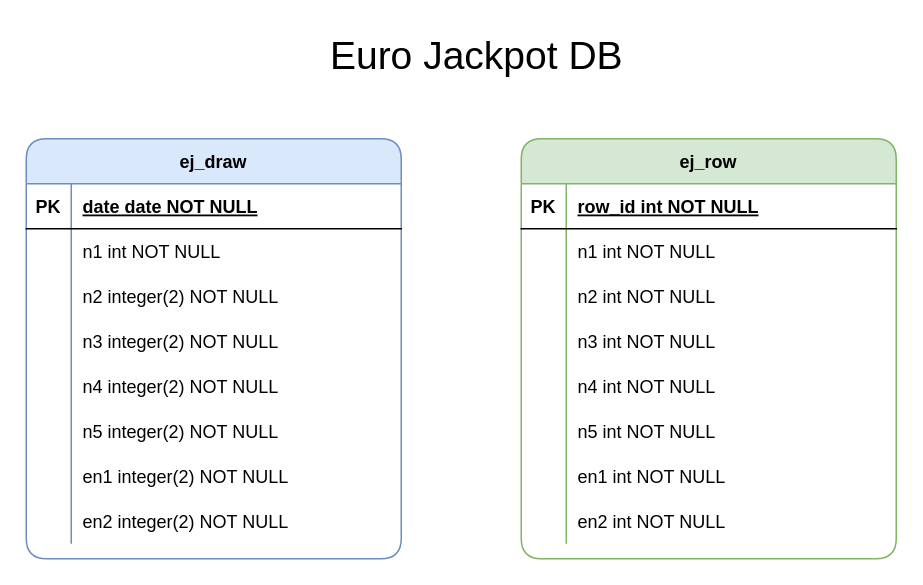
Before: assets/images/documentation/er-diagram.drawio in tonisun/lotto-dbms, a draw.io diagram. Source tidied: cells renumbered, new cells numbered last; positions are measured from the earlier drawing's top-left corner, leaving out a move shared by most shapes. Both pictures are drawn from the tidied source at 150%, with x=0, y=0 at pixel (26, 26).
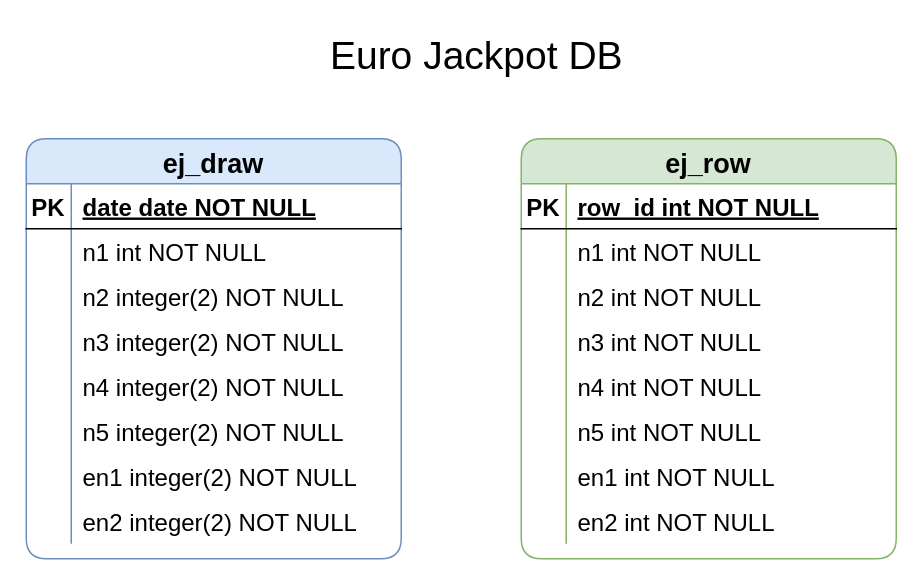
The same page after the edit.

Unchanged cells that the change refers to:
```xml
<mxCell id="3" style="shape=partialRectangle;fillColor=none;top=0;left=0;right=0;bottom=1;" parent="2" vertex="1">
  <mxGeometry y="30" width="250" height="30" as="geometry" />
</mxCell>
<mxCell id="28" style="shape=partialRectangle;fillColor=none;top=0;left=0;right=0;bottom=1;" parent="27" vertex="1">
  <mxGeometry y="30" width="250" height="30" as="geometry" />
</mxCell>
```

Change to the diagram source:
```diff
@@
-    <mxCell id="2" value="ej_row" style="shape=table;startSize=30;childLayout=tableLayout;rowLines=0;fontStyle=1;align=center;fillColor=#d5e8d4;strokeColor=#82b366;rounded=1;" parent="1" vertex="1">
+    <mxCell id="2" value="ej_row" style="shape=table;startSize=30;childLayout=tableLayout;rowLines=0;fontStyle=1;align=center;fillColor=#d5e8d4;strokeColor=#82b366;rounded=1;fontSize=18;" parent="1" vertex="1">
       <mxGeometry x="330" y="75" width="250" height="280" as="geometry" />
     </mxCell>
@@
-    <mxCell id="4" value="PK" style="shape=partialRectangle;overflow=hidden;fillColor=none;top=0;left=0;bottom=0;right=0;fontStyle=1;" parent="3" vertex="1">
+    <mxCell id="4" value="PK" style="shape=partialRectangle;overflow=hidden;fillColor=none;top=0;left=0;bottom=0;right=0;fontStyle=1;fontSize=16;" parent="3" vertex="1">
       <mxGeometry width="30" height="30" as="geometry" />
     </mxCell>
-    <mxCell id="5" value="row_id int NOT NULL " style="shape=partialRectangle;overflow=hidden;fillColor=none;top=0;left=0;bottom=0;right=0;align=left;spacingLeft=6;fontStyle=5;" parent="3" vertex="1">
+    <mxCell id="5" value="row_id int NOT NULL " style="shape=partialRectangle;overflow=hidden;fillColor=none;top=0;left=0;bottom=0;right=0;align=left;spacingLeft=6;fontStyle=5;fontSize=16;" parent="3" vertex="1">
       <mxGeometry x="30" width="220" height="30" as="geometry" />
     </mxCell>
-    <mxCell id="6" style="shape=partialRectangle;fillColor=none;top=0;left=0;right=0;bottom=0;" parent="2" vertex="1">
+    <mxCell id="6" style="shape=partialRectangle;fillColor=none;top=0;left=0;right=0;bottom=0;fontSize=16;" parent="2" vertex="1">
       <mxGeometry y="60" width="250" height="30" as="geometry" />
     </mxCell>
-    <mxCell id="7" style="shape=partialRectangle;overflow=hidden;fillColor=none;top=0;left=0;bottom=0;right=0;" parent="6" vertex="1">
+    <mxCell id="7" style="shape=partialRectangle;overflow=hidden;fillColor=none;top=0;left=0;bottom=0;right=0;fontSize=16;" parent="6" vertex="1">
       <mxGeometry width="30" height="30" as="geometry" />
     </mxCell>
-    <mxCell id="8" value="n1 int NOT NULL" style="shape=partialRectangle;overflow=hidden;fillColor=none;top=0;left=0;bottom=0;right=0;align=left;spacingLeft=6;" parent="6" vertex="1">
+    <mxCell id="8" value="n1 int NOT NULL" style="shape=partialRectangle;overflow=hidden;fillColor=none;top=0;left=0;bottom=0;right=0;align=left;spacingLeft=6;fontSize=16;" parent="6" vertex="1">
       <mxGeometry x="30" width="220" height="30" as="geometry" />
     </mxCell>
-    <mxCell id="9" style="shape=partialRectangle;fillColor=none;top=0;left=0;right=0;bottom=0;" parent="2" vertex="1">
+    <mxCell id="9" style="shape=partialRectangle;fillColor=none;top=0;left=0;right=0;bottom=0;fontSize=16;" parent="2" vertex="1">
       <mxGeometry y="90" width="250" height="30" as="geometry" />
     </mxCell>
-    <mxCell id="10" style="shape=partialRectangle;overflow=hidden;fillColor=none;top=0;left=0;bottom=0;right=0;" parent="9" vertex="1">
+    <mxCell id="10" style="shape=partialRectangle;overflow=hidden;fillColor=none;top=0;left=0;bottom=0;right=0;fontSize=16;" parent="9" vertex="1">
       <mxGeometry width="30" height="30" as="geometry" />
     </mxCell>
-    <mxCell id="11" value="n2 int NOT NULL" style="shape=partialRectangle;overflow=hidden;fillColor=none;top=0;left=0;bottom=0;right=0;align=left;spacingLeft=6;" parent="9" vertex="1">
+    <mxCell id="11" value="n2 int NOT NULL" style="shape=partialRectangle;overflow=hidden;fillColor=none;top=0;left=0;bottom=0;right=0;align=left;spacingLeft=6;fontSize=16;" parent="9" vertex="1">
       <mxGeometry x="30" width="220" height="30" as="geometry" />
     </mxCell>
-    <mxCell id="12" style="shape=partialRectangle;fillColor=none;top=0;left=0;right=0;bottom=0;" parent="2" vertex="1">
+    <mxCell id="12" style="shape=partialRectangle;fillColor=none;top=0;left=0;right=0;bottom=0;fontSize=16;" parent="2" vertex="1">
       <mxGeometry y="120" width="250" height="30" as="geometry" />
     </mxCell>
-    <mxCell id="13" style="shape=partialRectangle;overflow=hidden;fillColor=none;top=0;left=0;bottom=0;right=0;" parent="12" vertex="1">
+    <mxCell id="13" style="shape=partialRectangle;overflow=hidden;fillColor=none;top=0;left=0;bottom=0;right=0;fontSize=16;" parent="12" vertex="1">
       <mxGeometry width="30" height="30" as="geometry" />
     </mxCell>
-    <mxCell id="14" value="n3 int NOT NULL" style="shape=partialRectangle;overflow=hidden;fillColor=none;top=0;left=0;bottom=0;right=0;align=left;spacingLeft=6;" parent="12" vertex="1">
+    <mxCell id="14" value="n3 int NOT NULL" style="shape=partialRectangle;overflow=hidden;fillColor=none;top=0;left=0;bottom=0;right=0;align=left;spacingLeft=6;fontSize=16;" parent="12" vertex="1">
       <mxGeometry x="30" width="220" height="30" as="geometry" />
     </mxCell>
-    <mxCell id="15" style="shape=partialRectangle;fillColor=none;top=0;left=0;right=0;bottom=0;" parent="2" vertex="1">
+    <mxCell id="15" style="shape=partialRectangle;fillColor=none;top=0;left=0;right=0;bottom=0;fontSize=16;" parent="2" vertex="1">
       <mxGeometry y="150" width="250" height="30" as="geometry" />
     </mxCell>
-    <mxCell id="16" style="shape=partialRectangle;overflow=hidden;fillColor=none;top=0;left=0;bottom=0;right=0;" parent="15" vertex="1">
+    <mxCell id="16" style="shape=partialRectangle;overflow=hidden;fillColor=none;top=0;left=0;bottom=0;right=0;fontSize=16;" parent="15" vertex="1">
       <mxGeometry width="30" height="30" as="geometry" />
     </mxCell>
-    <mxCell id="17" value="n4 int NOT NULL" style="shape=partialRectangle;overflow=hidden;fillColor=none;top=0;left=0;bottom=0;right=0;align=left;spacingLeft=6;" parent="15" vertex="1">
+    <mxCell id="17" value="n4 int NOT NULL" style="shape=partialRectangle;overflow=hidden;fillColor=none;top=0;left=0;bottom=0;right=0;align=left;spacingLeft=6;fontSize=16;" parent="15" vertex="1">
       <mxGeometry x="30" width="220" height="30" as="geometry" />
     </mxCell>
-    <mxCell id="18" style="shape=partialRectangle;fillColor=none;top=0;left=0;right=0;bottom=0;" parent="2" vertex="1">
+    <mxCell id="18" style="shape=partialRectangle;fillColor=none;top=0;left=0;right=0;bottom=0;fontSize=16;" parent="2" vertex="1">
       <mxGeometry y="180" width="250" height="30" as="geometry" />
     </mxCell>
-    <mxCell id="19" style="shape=partialRectangle;overflow=hidden;fillColor=none;top=0;left=0;bottom=0;right=0;" parent="18" vertex="1">
+    <mxCell id="19" style="shape=partialRectangle;overflow=hidden;fillColor=none;top=0;left=0;bottom=0;right=0;fontSize=16;" parent="18" vertex="1">
       <mxGeometry width="30" height="30" as="geometry" />
     </mxCell>
-    <mxCell id="20" value="n5 int NOT NULL" style="shape=partialRectangle;overflow=hidden;fillColor=none;top=0;left=0;bottom=0;right=0;align=left;spacingLeft=6;" parent="18" vertex="1">
+    <mxCell id="20" value="n5 int NOT NULL" style="shape=partialRectangle;overflow=hidden;fillColor=none;top=0;left=0;bottom=0;right=0;align=left;spacingLeft=6;fontSize=16;" parent="18" vertex="1">
       <mxGeometry x="30" width="220" height="30" as="geometry" />
     </mxCell>
-    <mxCell id="21" style="shape=partialRectangle;fillColor=none;top=0;left=0;right=0;bottom=0;" parent="2" vertex="1">
+    <mxCell id="21" style="shape=partialRectangle;fillColor=none;top=0;left=0;right=0;bottom=0;fontSize=16;" parent="2" vertex="1">
       <mxGeometry y="210" width="250" height="30" as="geometry" />
     </mxCell>
-    <mxCell id="22" style="shape=partialRectangle;overflow=hidden;fillColor=none;top=0;left=0;bottom=0;right=0;" parent="21" vertex="1">
+    <mxCell id="22" style="shape=partialRectangle;overflow=hidden;fillColor=none;top=0;left=0;bottom=0;right=0;fontSize=16;" parent="21" vertex="1">
       <mxGeometry width="30" height="30" as="geometry" />
     </mxCell>
-    <mxCell id="23" value="en1 int NOT NULL" style="shape=partialRectangle;overflow=hidden;fillColor=none;top=0;left=0;bottom=0;right=0;align=left;spacingLeft=6;" parent="21" vertex="1">
+    <mxCell id="23" value="en1 int NOT NULL" style="shape=partialRectangle;overflow=hidden;fillColor=none;top=0;left=0;bottom=0;right=0;align=left;spacingLeft=6;fontSize=16;" parent="21" vertex="1">
       <mxGeometry x="30" width="220" height="30" as="geometry" />
     </mxCell>
-    <mxCell id="24" style="shape=partialRectangle;fillColor=none;top=0;left=0;right=0;bottom=0;" parent="2" vertex="1">
+    <mxCell id="24" style="shape=partialRectangle;fillColor=none;top=0;left=0;right=0;bottom=0;fontSize=16;" parent="2" vertex="1">
       <mxGeometry y="240" width="250" height="30" as="geometry" />
     </mxCell>
-    <mxCell id="25" style="shape=partialRectangle;overflow=hidden;fillColor=none;top=0;left=0;bottom=0;right=0;" parent="24" vertex="1">
+    <mxCell id="25" style="shape=partialRectangle;overflow=hidden;fillColor=none;top=0;left=0;bottom=0;right=0;fontSize=16;" parent="24" vertex="1">
       <mxGeometry width="30" height="30" as="geometry" />
     </mxCell>
-    <mxCell id="26" value="en2 int NOT NULL" style="shape=partialRectangle;overflow=hidden;fillColor=none;top=0;left=0;bottom=0;right=0;align=left;spacingLeft=6;" parent="24" vertex="1">
+    <mxCell id="26" value="en2 int NOT NULL" style="shape=partialRectangle;overflow=hidden;fillColor=none;top=0;left=0;bottom=0;right=0;align=left;spacingLeft=6;fontSize=16;" parent="24" vertex="1">
       <mxGeometry x="30" width="220" height="30" as="geometry" />
     </mxCell>
-    <mxCell id="27" value="ej_draw" style="shape=table;startSize=30;childLayout=tableLayout;rowLines=0;fontStyle=1;align=center;fillColor=#dae8fc;strokeColor=#6c8ebf;rounded=1;shadow=0;swimlaneLine=1;" parent="1" vertex="1">
+    <mxCell id="27" value="ej_draw" style="shape=table;startSize=30;childLayout=tableLayout;rowLines=0;fontStyle=1;align=center;fillColor=#dae8fc;strokeColor=#6c8ebf;rounded=1;shadow=0;swimlaneLine=1;fontSize=18;" parent="1" vertex="1">
       <mxGeometry y="75" width="250" height="280" as="geometry" />
     </mxCell>
@@
-    <mxCell id="29" value="PK" style="shape=partialRectangle;overflow=hidden;fillColor=none;top=0;left=0;bottom=0;right=0;fontStyle=1;" parent="28" vertex="1">
+    <mxCell id="29" value="PK" style="shape=partialRectangle;overflow=hidden;fillColor=none;top=0;left=0;bottom=0;right=0;fontStyle=1;fontSize=16;" parent="28" vertex="1">
       <mxGeometry width="30" height="30" as="geometry" />
     </mxCell>
-    <mxCell id="30" value="date date NOT NULL" style="shape=partialRectangle;overflow=hidden;fillColor=none;top=0;left=0;bottom=0;right=0;align=left;spacingLeft=6;fontStyle=5;" parent="28" vertex="1">
+    <mxCell id="30" value="date date NOT NULL" style="shape=partialRectangle;overflow=hidden;fillColor=none;top=0;left=0;bottom=0;right=0;align=left;spacingLeft=6;fontStyle=5;fontSize=16;" parent="28" vertex="1">
       <mxGeometry x="30" width="220" height="30" as="geometry" />
     </mxCell>
-    <mxCell id="31" style="shape=partialRectangle;fillColor=none;top=0;left=0;right=0;bottom=0;" parent="27" vertex="1">
+    <mxCell id="31" style="shape=partialRectangle;fillColor=none;top=0;left=0;right=0;bottom=0;fontSize=16;" parent="27" vertex="1">
       <mxGeometry y="60" width="250" height="30" as="geometry" />
     </mxCell>
-    <mxCell id="32" style="shape=partialRectangle;overflow=hidden;fillColor=none;top=0;left=0;bottom=0;right=0;" parent="31" vertex="1">
+    <mxCell id="32" style="shape=partialRectangle;overflow=hidden;fillColor=none;top=0;left=0;bottom=0;right=0;fontSize=16;" parent="31" vertex="1">
       <mxGeometry width="30" height="30" as="geometry" />
     </mxCell>
-    <mxCell id="33" value="n1 int NOT NULL" style="shape=partialRectangle;overflow=hidden;fillColor=none;top=0;left=0;bottom=0;right=0;align=left;spacingLeft=6;" parent="31" vertex="1">
+    <mxCell id="33" value="n1 int NOT NULL" style="shape=partialRectangle;overflow=hidden;fillColor=none;top=0;left=0;bottom=0;right=0;align=left;spacingLeft=6;fontSize=16;" parent="31" vertex="1">
       <mxGeometry x="30" width="220" height="30" as="geometry" />
     </mxCell>
-    <mxCell id="34" style="shape=partialRectangle;fillColor=none;top=0;left=0;right=0;bottom=0;" parent="27" vertex="1">
+    <mxCell id="34" style="shape=partialRectangle;fillColor=none;top=0;left=0;right=0;bottom=0;fontSize=16;" parent="27" vertex="1">
       <mxGeometry y="90" width="250" height="30" as="geometry" />
     </mxCell>
-    <mxCell id="35" style="shape=partialRectangle;overflow=hidden;fillColor=none;top=0;left=0;bottom=0;right=0;" parent="34" vertex="1">
+    <mxCell id="35" style="shape=partialRectangle;overflow=hidden;fillColor=none;top=0;left=0;bottom=0;right=0;fontSize=16;" parent="34" vertex="1">
       <mxGeometry width="30" height="30" as="geometry" />
     </mxCell>
-    <mxCell id="36" value="n2 integer(2) NOT NULL" style="shape=partialRectangle;overflow=hidden;fillColor=none;top=0;left=0;bottom=0;right=0;align=left;spacingLeft=6;" parent="34" vertex="1">
+    <mxCell id="36" value="n2 integer(2) NOT NULL" style="shape=partialRectangle;overflow=hidden;fillColor=none;top=0;left=0;bottom=0;right=0;align=left;spacingLeft=6;fontSize=16;" parent="34" vertex="1">
       <mxGeometry x="30" width="220" height="30" as="geometry" />
     </mxCell>
-    <mxCell id="37" style="shape=partialRectangle;fillColor=none;top=0;left=0;right=0;bottom=0;" parent="27" vertex="1">
+    <mxCell id="37" style="shape=partialRectangle;fillColor=none;top=0;left=0;right=0;bottom=0;fontSize=16;" parent="27" vertex="1">
       <mxGeometry y="120" width="250" height="30" as="geometry" />
     </mxCell>
-    <mxCell id="38" style="shape=partialRectangle;overflow=hidden;fillColor=none;top=0;left=0;bottom=0;right=0;" parent="37" vertex="1">
+    <mxCell id="38" style="shape=partialRectangle;overflow=hidden;fillColor=none;top=0;left=0;bottom=0;right=0;fontSize=16;" parent="37" vertex="1">
       <mxGeometry width="30" height="30" as="geometry" />
     </mxCell>
-    <mxCell id="39" value="n3 integer(2) NOT NULL" style="shape=partialRectangle;overflow=hidden;fillColor=none;top=0;left=0;bottom=0;right=0;align=left;spacingLeft=6;" parent="37" vertex="1">
+    <mxCell id="39" value="n3 integer(2) NOT NULL" style="shape=partialRectangle;overflow=hidden;fillColor=none;top=0;left=0;bottom=0;right=0;align=left;spacingLeft=6;fontSize=16;" parent="37" vertex="1">
       <mxGeometry x="30" width="220" height="30" as="geometry" />
     </mxCell>
-    <mxCell id="40" style="shape=partialRectangle;fillColor=none;top=0;left=0;right=0;bottom=0;" parent="27" vertex="1">
+    <mxCell id="40" style="shape=partialRectangle;fillColor=none;top=0;left=0;right=0;bottom=0;fontSize=16;" parent="27" vertex="1">
       <mxGeometry y="150" width="250" height="30" as="geometry" />
     </mxCell>
-    <mxCell id="41" style="shape=partialRectangle;overflow=hidden;fillColor=none;top=0;left=0;bottom=0;right=0;" parent="40" vertex="1">
+    <mxCell id="41" style="shape=partialRectangle;overflow=hidden;fillColor=none;top=0;left=0;bottom=0;right=0;fontSize=16;" parent="40" vertex="1">
       <mxGeometry width="30" height="30" as="geometry" />
     </mxCell>
-    <mxCell id="42" value="n4 integer(2) NOT NULL" style="shape=partialRectangle;overflow=hidden;fillColor=none;top=0;left=0;bottom=0;right=0;align=left;spacingLeft=6;" parent="40" vertex="1">
+    <mxCell id="42" value="n4 integer(2) NOT NULL" style="shape=partialRectangle;overflow=hidden;fillColor=none;top=0;left=0;bottom=0;right=0;align=left;spacingLeft=6;fontSize=16;" parent="40" vertex="1">
       <mxGeometry x="30" width="220" height="30" as="geometry" />
     </mxCell>
-    <mxCell id="43" style="shape=partialRectangle;fillColor=none;top=0;left=0;right=0;bottom=0;" parent="27" vertex="1">
+    <mxCell id="43" style="shape=partialRectangle;fillColor=none;top=0;left=0;right=0;bottom=0;fontSize=16;" parent="27" vertex="1">
       <mxGeometry y="180" width="250" height="30" as="geometry" />
     </mxCell>
-    <mxCell id="44" style="shape=partialRectangle;overflow=hidden;fillColor=none;top=0;left=0;bottom=0;right=0;" parent="43" vertex="1">
+    <mxCell id="44" style="shape=partialRectangle;overflow=hidden;fillColor=none;top=0;left=0;bottom=0;right=0;fontSize=16;" parent="43" vertex="1">
       <mxGeometry width="30" height="30" as="geometry" />
     </mxCell>
-    <mxCell id="45" value="n5 integer(2) NOT NULL" style="shape=partialRectangle;overflow=hidden;fillColor=none;top=0;left=0;bottom=0;right=0;align=left;spacingLeft=6;" parent="43" vertex="1">
+    <mxCell id="45" value="n5 integer(2) NOT NULL" style="shape=partialRectangle;overflow=hidden;fillColor=none;top=0;left=0;bottom=0;right=0;align=left;spacingLeft=6;fontSize=16;" parent="43" vertex="1">
       <mxGeometry x="30" width="220" height="30" as="geometry" />
     </mxCell>
-    <mxCell id="46" style="shape=partialRectangle;fillColor=none;top=0;left=0;right=0;bottom=0;" parent="27" vertex="1">
+    <mxCell id="46" style="shape=partialRectangle;fillColor=none;top=0;left=0;right=0;bottom=0;fontSize=16;" parent="27" vertex="1">
       <mxGeometry y="210" width="250" height="30" as="geometry" />
     </mxCell>
-    <mxCell id="47" style="shape=partialRectangle;overflow=hidden;fillColor=none;top=0;left=0;bottom=0;right=0;" parent="46" vertex="1">
+    <mxCell id="47" style="shape=partialRectangle;overflow=hidden;fillColor=none;top=0;left=0;bottom=0;right=0;fontSize=16;" parent="46" vertex="1">
       <mxGeometry width="30" height="30" as="geometry" />
     </mxCell>
-    <mxCell id="48" value="en1 integer(2) NOT NULL" style="shape=partialRectangle;overflow=hidden;fillColor=none;top=0;left=0;bottom=0;right=0;align=left;spacingLeft=6;" parent="46" vertex="1">
+    <mxCell id="48" value="en1 integer(2) NOT NULL" style="shape=partialRectangle;overflow=hidden;fillColor=none;top=0;left=0;bottom=0;right=0;align=left;spacingLeft=6;fontSize=16;" parent="46" vertex="1">
       <mxGeometry x="30" width="220" height="30" as="geometry" />
     </mxCell>
-    <mxCell id="49" style="shape=partialRectangle;fillColor=none;top=0;left=0;right=0;bottom=0;" parent="27" vertex="1">
+    <mxCell id="49" style="shape=partialRectangle;fillColor=none;top=0;left=0;right=0;bottom=0;fontSize=16;" parent="27" vertex="1">
       <mxGeometry y="240" width="250" height="30" as="geometry" />
     </mxCell>
-    <mxCell id="50" style="shape=partialRectangle;overflow=hidden;fillColor=none;top=0;left=0;bottom=0;right=0;" parent="49" vertex="1">
+    <mxCell id="50" style="shape=partialRectangle;overflow=hidden;fillColor=none;top=0;left=0;bottom=0;right=0;fontSize=16;" parent="49" vertex="1">
       <mxGeometry width="30" height="30" as="geometry" />
     </mxCell>
-    <mxCell id="51" value="en2 integer(2) NOT NULL" style="shape=partialRectangle;overflow=hidden;fillColor=none;top=0;left=0;bottom=0;right=0;align=left;spacingLeft=6;" parent="49" vertex="1">
+    <mxCell id="51" value="en2 integer(2) NOT NULL" style="shape=partialRectangle;overflow=hidden;fillColor=none;top=0;left=0;bottom=0;right=0;align=left;spacingLeft=6;fontSize=16;" parent="49" vertex="1">
       <mxGeometry x="30" width="220" height="30" as="geometry" />
     </mxCell>
```
